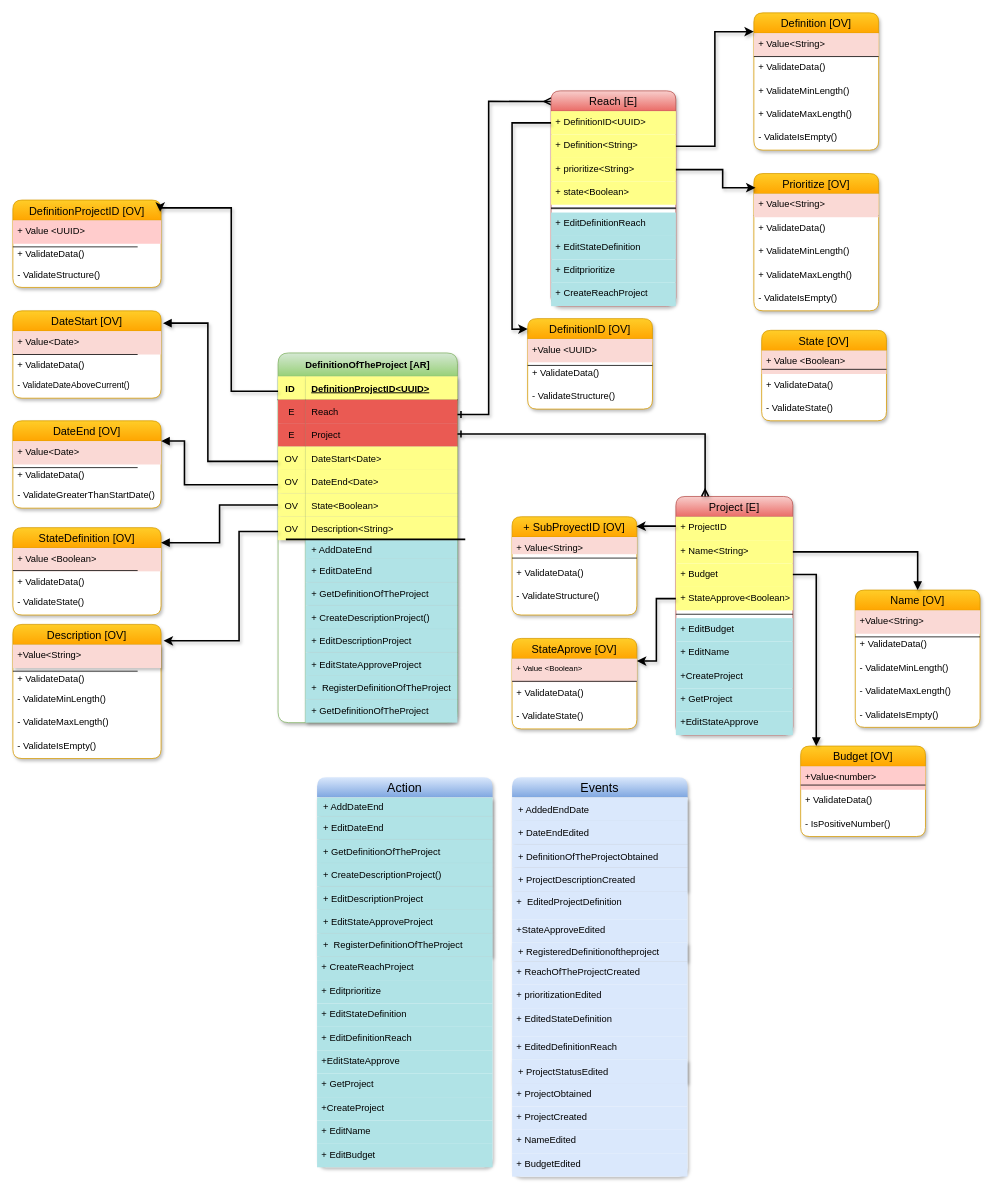
Above: page "DefinitionOfTheProject [AR]" (2 of 5) of DDD.drawio in migueltorresd/C1-2023-DDD-Colombia (draw.io), before the change. Source tidied: cells renumbered, new cells numbered last; positions are measured from the earlier drawing's top-left corner, leaving out a move shared by most shapes. Both pictures are drawn from the tidied source at 78%, with x=0, y=0 at pixel (12, 12).
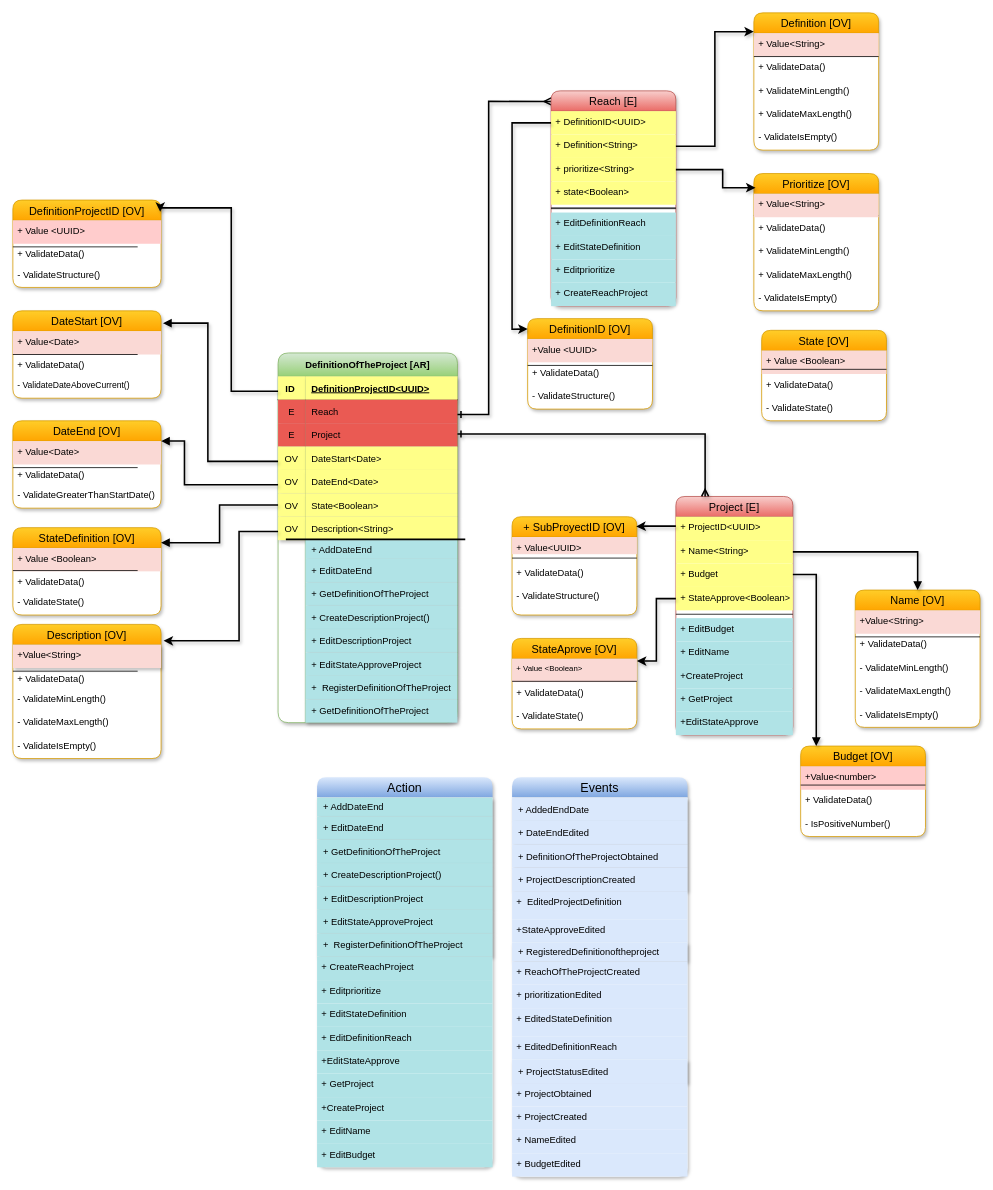
The same page after the edit.

Unchanged cells that the change refers to:
```xml
<mxCell id="49" value="Project [E]" style="swimlane;fontStyle=0;horizontal=1;startSize=26;align=center;fontSize=14;rounded=1;strokeWidth=1;fillColor=#f8cecc;gradientColor=#ea6b66;strokeColor=#b85450;swimlaneFillColor=default;shadow=1;" parent="1" vertex="1">
  <mxGeometry x="850" y="620" width="150" height="306" as="geometry" />
</mxCell>
<mxCell id="60" value="+ SubProyectID [OV]" style="swimlane;fontStyle=0;horizontal=1;startSize=26;align=center;fontSize=14;rounded=1;strokeWidth=1;fillColor=#ffcd28;gradientColor=#ffa500;strokeColor=#d79b00;swimlaneFillColor=default;shadow=1;" parent="1" vertex="1">
  <mxGeometry x="640" y="646" width="160" height="126" as="geometry" />
</mxCell>
```

Diff of the diagram source:
```diff
@@
-    <mxCell id="50" value="+ ProjectID" style="text;strokeColor=none;fillColor=#ffff88;spacingLeft=4;spacingRight=4;overflow=hidden;points=[[0,0.5],[1,0.5]];portConstraint=eastwest;fontSize=12;" parent="49" vertex="1">
+    <mxCell id="50" value="+ ProjectID&lt;UUID&gt;" style="text;strokeColor=none;fillColor=#ffff88;spacingLeft=4;spacingRight=4;overflow=hidden;points=[[0,0.5],[1,0.5]];portConstraint=eastwest;fontSize=12;" parent="49" vertex="1">
       <mxGeometry y="26" width="150" height="30" as="geometry" />
     </mxCell>
@@
-    <mxCell id="61" value="+ Value&lt;String&gt;" style="text;strokeColor=none;fillColor=#fad9d5;spacingLeft=4;spacingRight=4;overflow=hidden;fontSize=12;" parent="60" vertex="1">
+    <mxCell id="61" value="+ Value&lt;UUID&gt;" style="text;strokeColor=none;fillColor=#fad9d5;spacingLeft=4;spacingRight=4;overflow=hidden;fontSize=12;" parent="60" vertex="1">
       <mxGeometry y="26" width="160" height="22" as="geometry" />
     </mxCell>
```
